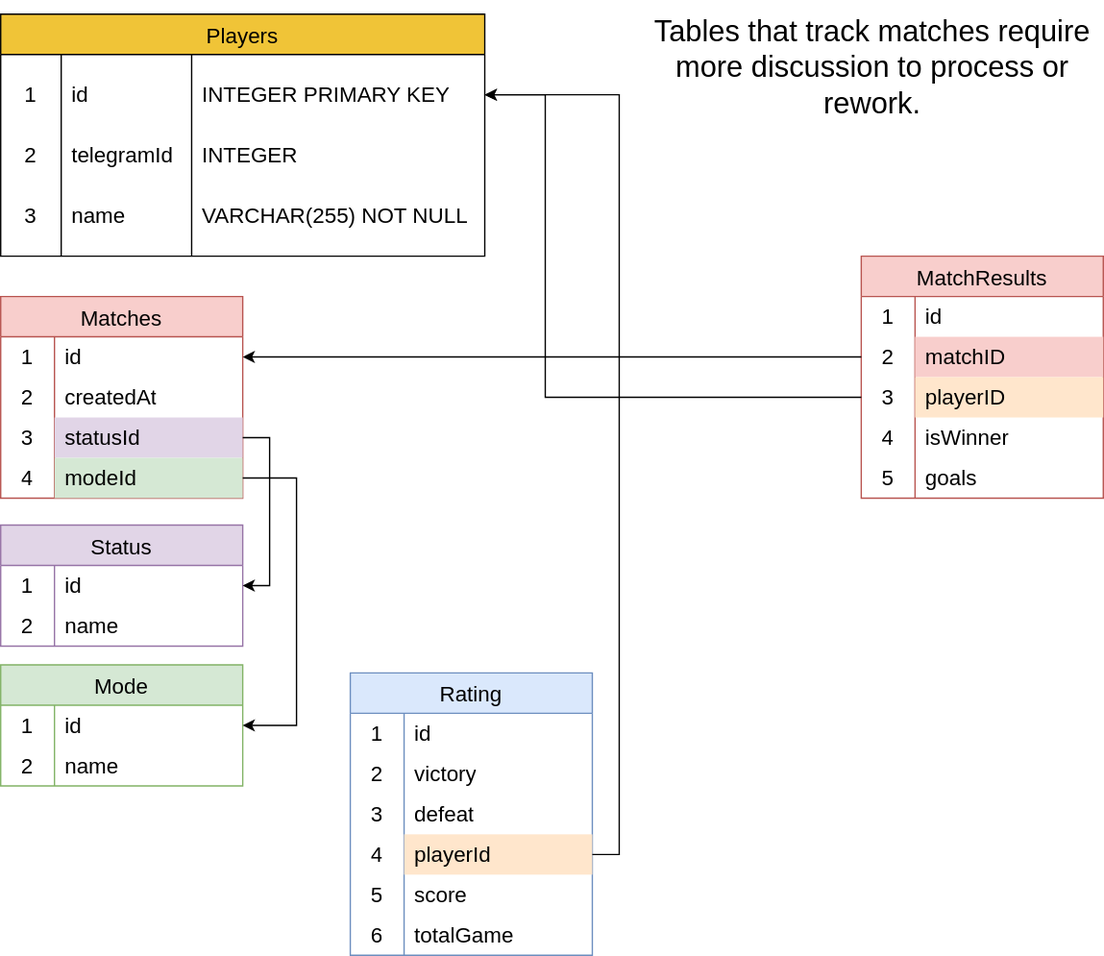
excelsiooor-apps/dream-team keeps this draw.io diagram as documentation/telegram-tennis-db-diagram.drawio.svg. Above is the earlier version. Source tidied: cells renumbered, new cells last; positions are measured from the earlier drawing's top-left corner, leaving out a move shared by most shapes.
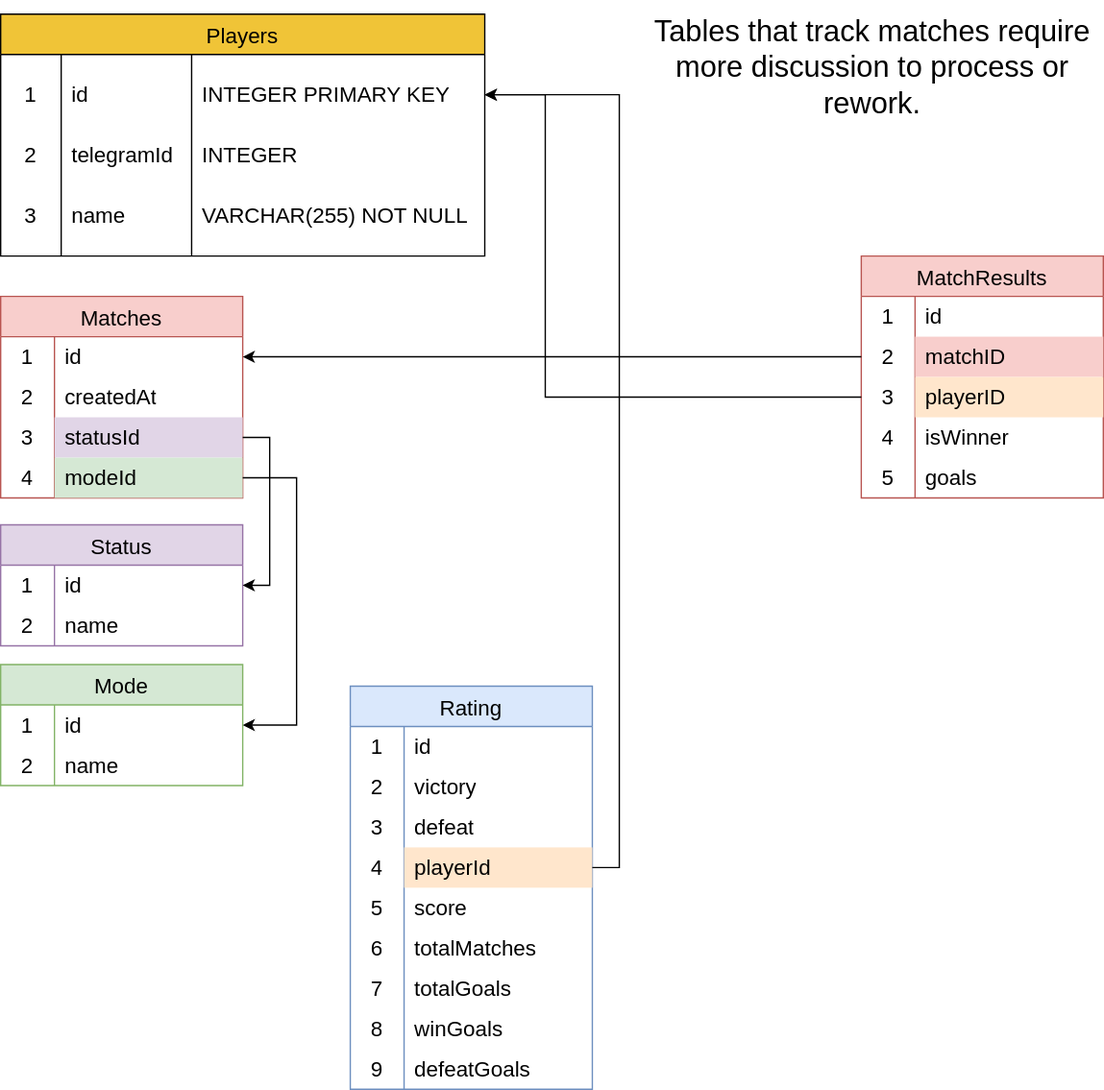
Later version of the same file.

Change to the diagram source:
```diff
@@ -174,7 +174,7 @@
       <mxGeometry x="40" width="140" height="30" as="geometry" />
     </mxCell>
     <mxCell id="59" value="Rating" style="shape=table;startSize=30;rowLines=0;fontStyle=0;strokeColor=#6c8ebf;fontSize=16;fillColor=#dae8fc;" parent="1" vertex="1">
-      <mxGeometry x="260" y="500" width="180" height="210" as="geometry" />
+      <mxGeometry x="260" y="510" width="180" height="300" as="geometry" />
     </mxCell>
     <mxCell id="60" style="shape=tableRow;horizontal=0;startSize=0;swimlaneHead=0;swimlaneBody=0;top=0;left=0;bottom=0;right=0;fillColor=none;points=[[0,0.5],[1,0.5]];portConstraint=eastwest;strokeColor=inherit;fontSize=16;" parent="59" vertex="1">
       <mxGeometry y="30" width="180" height="30" as="geometry" />
@@ -227,9 +227,36 @@
     <mxCell id="76" value="6" style="shape=partialRectangle;html=1;whiteSpace=wrap;fillColor=none;top=0;left=0;bottom=0;right=0;overflow=hidden;strokeColor=inherit;fontSize=16;" parent="75" vertex="1">
       <mxGeometry width="40" height="30" as="geometry" />
     </mxCell>
-    <mxCell id="77" value="totalGame" style="shape=partialRectangle;html=1;whiteSpace=wrap;fillColor=none;top=0;left=0;bottom=0;right=0;align=left;spacingLeft=6;overflow=hidden;strokeColor=inherit;fontSize=16;" parent="75" vertex="1">
+    <mxCell id="77" value="totalMatches" style="shape=partialRectangle;html=1;whiteSpace=wrap;fillColor=none;top=0;left=0;bottom=0;right=0;align=left;spacingLeft=6;overflow=hidden;strokeColor=inherit;fontSize=16;" parent="75" vertex="1">
       <mxGeometry x="40" width="140" height="30" as="geometry" />
     </mxCell>
+    <mxCell id="84" style="shape=tableRow;horizontal=0;startSize=0;swimlaneHead=0;swimlaneBody=0;top=0;left=0;bottom=0;right=0;fillColor=none;strokeColor=inherit;fontSize=16;" parent="59" vertex="1">
+      <mxGeometry y="210" width="180" height="30" as="geometry" />
+    </mxCell>
+    <mxCell id="85" value="7" style="shape=partialRectangle;html=1;whiteSpace=wrap;fillColor=none;top=0;left=0;bottom=0;right=0;overflow=hidden;strokeColor=inherit;fontSize=16;" parent="84" vertex="1">
+      <mxGeometry width="40" height="30" as="geometry" />
+    </mxCell>
+    <mxCell id="86" value="totalGoals" style="shape=partialRectangle;html=1;whiteSpace=wrap;fillColor=none;top=0;left=0;bottom=0;right=0;align=left;spacingLeft=6;overflow=hidden;strokeColor=inherit;fontSize=16;" parent="84" vertex="1">
+      <mxGeometry x="40" width="140" height="30" as="geometry" />
+    </mxCell>
+    <mxCell id="87" style="shape=tableRow;horizontal=0;startSize=0;swimlaneHead=0;swimlaneBody=0;top=0;left=0;bottom=0;right=0;fillColor=none;strokeColor=inherit;fontSize=16;" parent="59" vertex="1">
+      <mxGeometry y="240" width="180" height="30" as="geometry" />
+    </mxCell>
+    <mxCell id="88" value="8" style="shape=partialRectangle;html=1;whiteSpace=wrap;fillColor=none;top=0;left=0;bottom=0;right=0;overflow=hidden;strokeColor=inherit;fontSize=16;" parent="87" vertex="1">
+      <mxGeometry width="40" height="30" as="geometry" />
+    </mxCell>
+    <mxCell id="89" value="winGoals" style="shape=partialRectangle;html=1;whiteSpace=wrap;fillColor=none;top=0;left=0;bottom=0;right=0;align=left;spacingLeft=6;overflow=hidden;strokeColor=inherit;fontSize=16;" parent="87" vertex="1">
+      <mxGeometry x="40" width="140" height="30" as="geometry" />
+    </mxCell>
+    <mxCell id="90" style="shape=tableRow;horizontal=0;startSize=0;swimlaneHead=0;swimlaneBody=0;top=0;left=0;bottom=0;right=0;fillColor=none;strokeColor=inherit;fontSize=16;" parent="59" vertex="1">
+      <mxGeometry y="270" width="180" height="30" as="geometry" />
+    </mxCell>
+    <mxCell id="91" value="9" style="shape=partialRectangle;html=1;whiteSpace=wrap;fillColor=none;top=0;left=0;bottom=0;right=0;overflow=hidden;strokeColor=inherit;fontSize=16;" parent="90" vertex="1">
+      <mxGeometry width="40" height="30" as="geometry" />
+    </mxCell>
+    <mxCell id="92" value="defeatGoals" style="shape=partialRectangle;html=1;whiteSpace=wrap;fillColor=none;top=0;left=0;bottom=0;right=0;align=left;spacingLeft=6;overflow=hidden;strokeColor=inherit;fontSize=16;" parent="90" vertex="1">
+      <mxGeometry x="40" width="140" height="30" as="geometry" />
+    </mxCell>
     <mxCell id="78" style="edgeStyle=orthogonalEdgeStyle;rounded=0;jettySize=auto;html=1;entryX=1;entryY=0.5;entryDx=0;entryDy=0;exitX=0;exitY=0.5;exitDx=0;exitDy=0;" parent="1" edge="1" source="35" target="3">
       <mxGeometry relative="1" as="geometry">
         <Array as="points">
```
